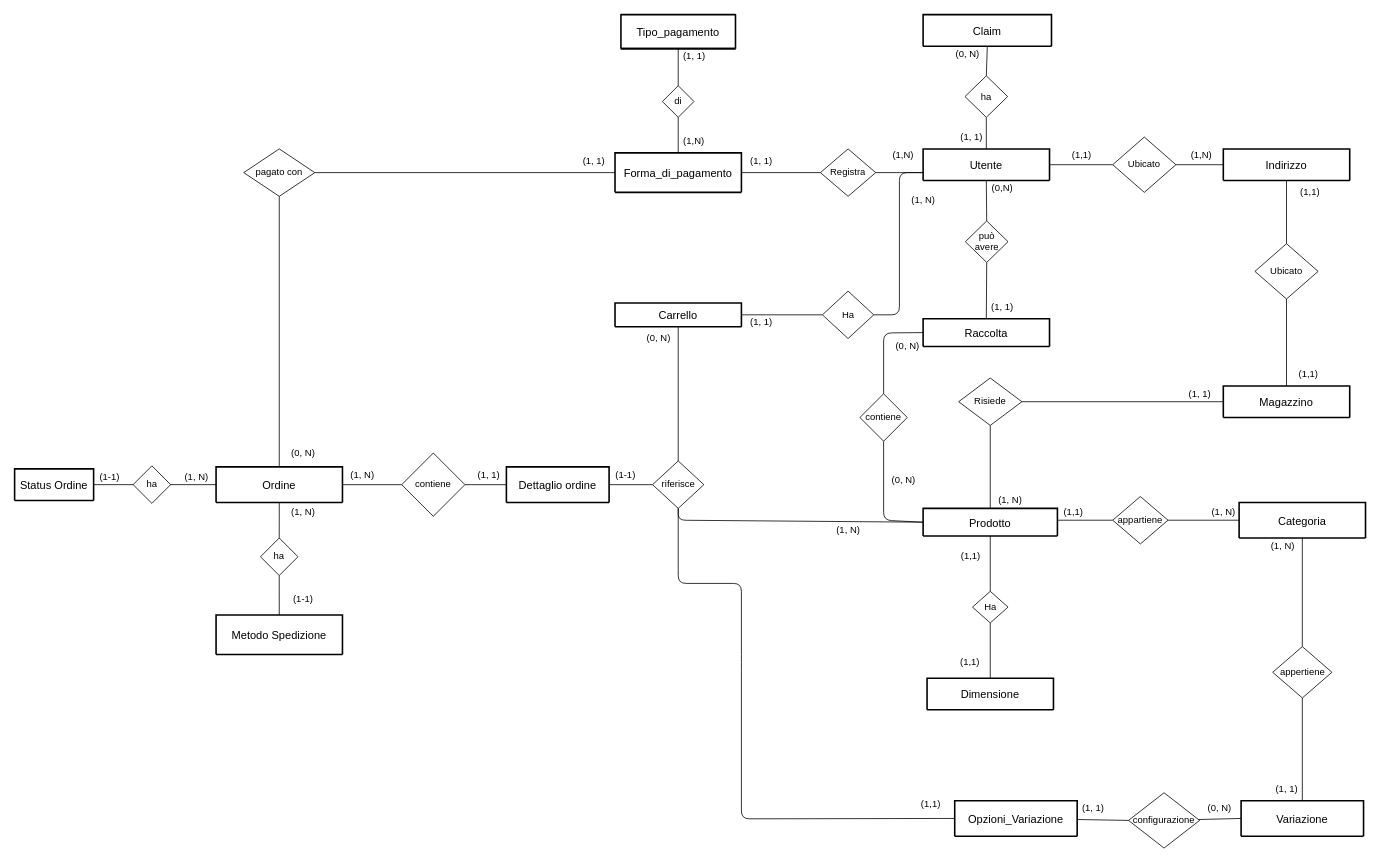
This is doc/schema_scheletro.drawio from EndriDomiUni/E-commerce, a draw.io file, before an edit. Source tidied: cells renumbered, new cells numbered last; positions are measured from the earlier drawing's top-left corner, leaving out a move shared by most shapes. Both pictures are drawn from the tidied source at 79%, with x=0, y=0 at pixel (14, 14).
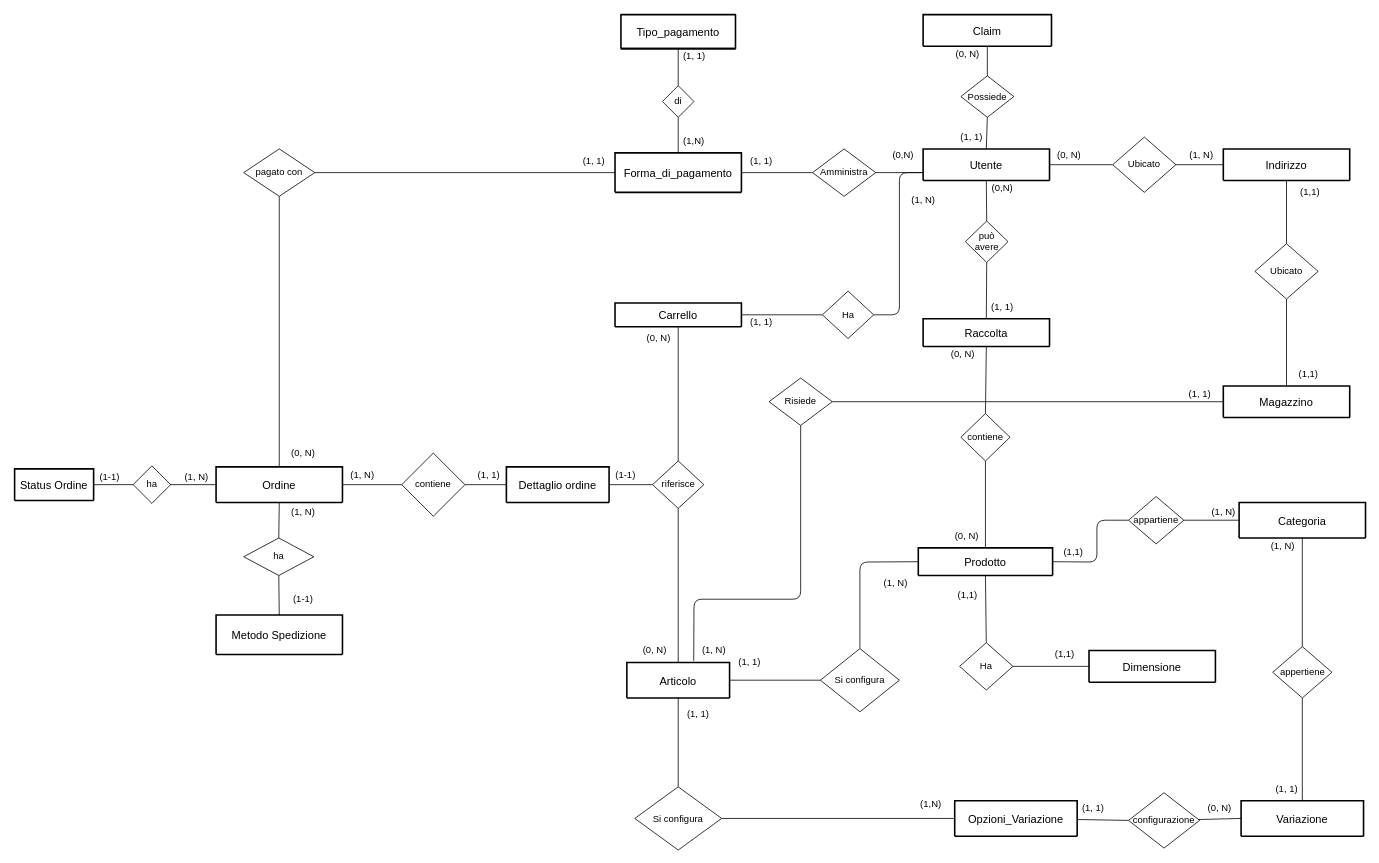
The same page after the edit.

Unchanged cells that the change refers to:
```xml
<mxCell id="30" value="Opzioni_Variazione" style="swimlane;horizontal=1;startSize=75;rounded=1;fontSize=14;fontStyle=0;strokeWidth=2;shadow=0;dashed=0;align=center;" parent="1" vertex="1">
  <mxGeometry x="1190" y="995" width="155" height="45" as="geometry" />
</mxCell>
<mxCell id="47" value="riferisce" style="shape=rhombus;perimeter=rhombusPerimeter;whiteSpace=wrap;html=1;align=center;" parent="1" vertex="1">
  <mxGeometry x="807.5" y="565" width="65" height="60" as="geometry" />
</mxCell>
<mxCell id="90" value="Raccolta" style="swimlane;horizontal=1;startSize=65;rounded=1;fontSize=14;fontStyle=0;strokeWidth=2;shadow=0;dashed=0;align=center;" parent="1" vertex="1">
  <mxGeometry x="1150" y="385" width="160" height="35" as="geometry" />
</mxCell>
```

What changed in the source:
```diff
@@
-    <mxCell id="12" value="Registra" style="shape=rhombus;perimeter=rhombusPerimeter;whiteSpace=wrap;html=1;align=center;" parent="1" vertex="1">
-      <mxGeometry x="1020" y="170" width="70" height="60" as="geometry" />
+    <mxCell id="12" value="Amministra" style="shape=rhombus;perimeter=rhombusPerimeter;whiteSpace=wrap;html=1;align=center;" parent="1" vertex="1">
+      <mxGeometry x="1010" y="170" width="80" height="60" as="geometry" />
     </mxCell>
@@
+    <mxCell id="115" style="edgeStyle=none;html=1;endArrow=none;endFill=0;exitX=0;exitY=0.5;exitDx=0;exitDy=0;entryX=0.5;entryY=0;entryDx=0;entryDy=0;" parent="1" edge="1" source="20" target="125">
+      <mxGeometry relative="1" as="geometry">
+        <Array as="points">
+          <mxPoint x="1070" y="693" />
+        </Array>
+      </mxGeometry>
+    </mxCell>
     <mxCell id="20" value="Prodotto" style="swimlane;horizontal=1;startSize=35;rounded=1;fontSize=14;fontStyle=0;strokeWidth=2;shadow=0;dashed=0;align=center;arcSize=15;" parent="1" vertex="1">
-      <mxGeometry x="1150" y="625" width="170" height="35" as="geometry" />
+      <mxGeometry x="1143.9" y="675" width="170" height="35" as="geometry" />
     </mxCell>
@@
-    <mxCell id="22" style="edgeStyle=none;html=1;exitX=0;exitY=0.5;exitDx=0;exitDy=0;endArrow=none;endFill=0;" parent="1" edge="1" source="24">
+    <mxCell id="22" style="edgeStyle=none;html=1;exitX=0;exitY=0.5;exitDx=0;exitDy=0;endArrow=none;endFill=0;entryX=1;entryY=0.5;entryDx=0;entryDy=0;" parent="1" edge="1" source="24" target="20">
       <mxGeometry relative="1" as="geometry">
-        <mxPoint x="1320" y="640" as="targetPoint" />
+        <Array as="points">
+          <mxPoint x="1370" y="640" />
+          <mxPoint x="1370" y="693" />
+        </Array>
       </mxGeometry>
     </mxCell>
@@
     <mxCell id="24" value="appartiene" style="shape=rhombus;perimeter=rhombusPerimeter;whiteSpace=wrap;html=1;align=center;" parent="1" vertex="1">
-      <mxGeometry x="1390" y="610" width="70" height="60" as="geometry" />
+      <mxGeometry x="1410" y="610" width="70" height="60" as="geometry" />
     </mxCell>
@@
     <mxCell id="37" value="Dimensione" style="swimlane;horizontal=1;startSize=90;rounded=1;fontSize=14;fontStyle=0;strokeWidth=2;shadow=0;dashed=0;align=center;" parent="1" vertex="1">
-      <mxGeometry x="1155" y="840" width="160" height="40" as="geometry" />
+      <mxGeometry x="1360" y="805" width="160" height="40" as="geometry" />
     </mxCell>
@@
-    <mxCell id="39" style="edgeStyle=none;html=1;exitX=0.5;exitY=1;exitDx=0;exitDy=0;entryX=0.5;entryY=0;entryDx=0;entryDy=0;fontSize=20;endArrow=none;endFill=0;" parent="1" edge="1" source="40" target="37">
+    <mxCell id="39" style="edgeStyle=none;html=1;exitX=1;exitY=0.5;exitDx=0;exitDy=0;entryX=0;entryY=0.5;entryDx=0;entryDy=0;fontSize=20;endArrow=none;endFill=0;" parent="1" edge="1" source="40" target="37">
       <mxGeometry relative="1" as="geometry" />
     </mxCell>
     <mxCell id="40" value="Ha" style="shape=rhombus;perimeter=rhombusPerimeter;whiteSpace=wrap;html=1;align=center;" parent="1" vertex="1">
-      <mxGeometry x="1212.5" y="730" width="45" height="40" as="geometry" />
+      <mxGeometry x="1196.2" y="795" width="67.5" height="60" as="geometry" />
     </mxCell>
-    <mxCell id="41" style="edgeStyle=none;html=1;exitX=0.5;exitY=1;exitDx=0;exitDy=0;entryX=0.5;entryY=0;entryDx=0;entryDy=0;endArrow=none;endFill=0;" parent="1" edge="1" source="43" target="20">
-      <mxGeometry relative="1" as="geometry" />
-    </mxCell>
@@
     <mxCell id="43" value="Risiede" style="shape=rhombus;perimeter=rhombusPerimeter;whiteSpace=wrap;html=1;align=center;" parent="1" vertex="1">
-      <mxGeometry x="1195" y="460" width="80" height="60" as="geometry" />
+      <mxGeometry x="955" y="460" width="80" height="60" as="geometry" />
     </mxCell>
@@
-    <mxCell id="45" style="edgeStyle=none;html=1;exitX=0.5;exitY=1;exitDx=0;exitDy=0;entryX=0;entryY=0.5;entryDx=0;entryDy=0;startArrow=none;startFill=0;endArrow=none;endFill=0;" parent="1" edge="1" source="47" target="20">
-      <mxGeometry relative="1" as="geometry">
-        <Array as="points">
-          <mxPoint x="840" y="640" />
-        </Array>
-      </mxGeometry>
-    </mxCell>
@@
     <mxCell id="52" value="(1,1)" style="text;html=1;align=center;verticalAlign=middle;strokeColor=none;fillColor=none;" parent="1" vertex="1">
-      <mxGeometry x="1320" y="620" width="40" height="20" as="geometry" />
+      <mxGeometry x="1320" y="670" width="40" height="20" as="geometry" />
     </mxCell>
-    <mxCell id="53" value="ha" style="shape=rhombus;perimeter=rhombusPerimeter;whiteSpace=wrap;html=1;align=center;" parent="1" vertex="1">
-      <mxGeometry x="1203" y="77.5" width="54" height="52.5" as="geometry" />
+    <mxCell id="53" value="Possiede" style="shape=rhombus;perimeter=rhombusPerimeter;whiteSpace=wrap;html=1;align=center;" parent="1" vertex="1">
+      <mxGeometry x="1197.8" y="77.5" width="67" height="52.5" as="geometry" />
     </mxCell>
@@
-    <mxCell id="57" style="edgeStyle=none;html=1;entryX=0;entryY=0.5;entryDx=0;entryDy=0;startArrow=none;startFill=0;endArrow=none;endFill=0;exitX=0.5;exitY=1;exitDx=0;exitDy=0;" parent="1" edge="1" source="47" target="30">
-      <mxGeometry relative="1" as="geometry">
-        <Array as="points">
-          <mxPoint x="840" y="720" />
-          <mxPoint x="920" y="720" />
-          <mxPoint x="920" y="820" />
-          <mxPoint x="920" y="1018" />
-        </Array>
-      </mxGeometry>
-    </mxCell>
-    <mxCell id="58" value="(1,1)" style="text;html=1;strokeColor=none;fillColor=none;align=center;verticalAlign=middle;whiteSpace=wrap;rounded=0;" parent="1" vertex="1">
-      <mxGeometry x="1331" y="162.5" width="40" height="30" as="geometry" />
+    <mxCell id="58" value="(0, N)" style="text;html=1;strokeColor=none;fillColor=none;align=center;verticalAlign=middle;whiteSpace=wrap;rounded=0;" parent="1" vertex="1">
+      <mxGeometry x="1315" y="162.5" width="40" height="30" as="geometry" />
     </mxCell>
@@
     <mxCell id="61" value="ha" style="shape=rhombus;perimeter=rhombusPerimeter;whiteSpace=wrap;html=1;align=center;" parent="1" vertex="1">
-      <mxGeometry x="311.2" y="662.5" width="47.5" height="47.5" as="geometry" />
+      <mxGeometry x="290" y="662.5" width="88.8" height="47.5" as="geometry" />
     </mxCell>
@@
-    <mxCell id="64" value="(1, N)" style="text;html=1;align=center;verticalAlign=middle;strokeColor=none;fillColor=none;" parent="1" vertex="1">
-      <mxGeometry x="1235" y="605" width="50" height="20" as="geometry" />
-    </mxCell>
@@
     <mxCell id="66" value="(1,1)" style="text;html=1;strokeColor=none;fillColor=none;align=center;verticalAlign=middle;whiteSpace=wrap;rounded=0;" parent="1" vertex="1">
-      <mxGeometry x="1190" y="670" width="41" height="30" as="geometry" />
+      <mxGeometry x="1185.5" y="720" width="41" height="30" as="geometry" />
     </mxCell>
     <mxCell id="67" value="(1,1)" style="text;html=1;strokeColor=none;fillColor=none;align=center;verticalAlign=middle;whiteSpace=wrap;rounded=0;" parent="1" vertex="1">
-      <mxGeometry x="1184" y="810" width="51" height="20" as="geometry" />
+      <mxGeometry x="1304" y="800" width="51" height="20" as="geometry" />
     </mxCell>
@@
-    <mxCell id="70" value="(1,N)" style="text;html=1;strokeColor=none;fillColor=none;align=center;verticalAlign=middle;whiteSpace=wrap;rounded=0;" parent="1" vertex="1">
+    <mxCell id="70" value="(1, N)" style="text;html=1;strokeColor=none;fillColor=none;align=center;verticalAlign=middle;whiteSpace=wrap;rounded=0;" parent="1" vertex="1">
       <mxGeometry x="1475" y="167.5" width="55" height="20" as="geometry" />
     </mxCell>
@@
     <mxCell id="81" value="(1, N)" style="text;html=1;align=center;verticalAlign=middle;strokeColor=none;fillColor=none;" parent="1" vertex="1">
-      <mxGeometry x="1030" y="642.5" width="50" height="20" as="geometry" />
+      <mxGeometry x="1090" y="710" width="50" height="20" as="geometry" />
     </mxCell>
@@
-    <mxCell id="84" value="(1,1)" style="text;html=1;strokeColor=none;fillColor=none;align=center;verticalAlign=middle;whiteSpace=wrap;rounded=0;" parent="1" vertex="1">
+    <mxCell id="84" value="(1,N)" style="text;html=1;strokeColor=none;fillColor=none;align=center;verticalAlign=middle;whiteSpace=wrap;rounded=0;" parent="1" vertex="1">
       <mxGeometry x="1130" y="985" width="60" height="30" as="geometry" />
     </mxCell>
@@
-    <mxCell id="94" style="edgeStyle=none;html=1;exitX=0.5;exitY=1;exitDx=0;exitDy=0;entryX=0;entryY=0.5;entryDx=0;entryDy=0;startArrow=none;startFill=0;endArrow=none;endFill=0;" parent="1" edge="1" source="95" target="20">
-      <mxGeometry relative="1" as="geometry">
-        <Array as="points">
-          <mxPoint x="1100" y="640" />
-        </Array>
-      </mxGeometry>
+    <mxCell id="94" style="edgeStyle=none;html=1;exitX=0.5;exitY=1;exitDx=0;exitDy=0;entryX=0.5;entryY=0;entryDx=0;entryDy=0;startArrow=none;startFill=0;endArrow=none;endFill=0;" parent="1" edge="1" source="95" target="20">
+      <mxGeometry relative="1" as="geometry" />
     </mxCell>
     <mxCell id="95" value="contiene" style="rhombus;whiteSpace=wrap;html=1;" parent="1" vertex="1">
-      <mxGeometry x="1070" y="480" width="60" height="60" as="geometry" />
+      <mxGeometry x="1197.8" y="505" width="62.2" height="60" as="geometry" />
     </mxCell>
-    <mxCell id="96" style="edgeStyle=none;html=1;exitX=0;exitY=0.5;exitDx=0;exitDy=0;entryX=0.5;entryY=0;entryDx=0;entryDy=0;startArrow=none;startFill=0;endArrow=none;endFill=0;" parent="1" edge="1" source="90" target="95">
-      <mxGeometry relative="1" as="geometry">
-        <Array as="points">
-          <mxPoint x="1100" y="403" />
-        </Array>
-      </mxGeometry>
+    <mxCell id="96" style="edgeStyle=none;html=1;exitX=0.5;exitY=1;exitDx=0;exitDy=0;entryX=0.5;entryY=0;entryDx=0;entryDy=0;startArrow=none;startFill=0;endArrow=none;endFill=0;" parent="1" edge="1" source="90" target="95">
+      <mxGeometry relative="1" as="geometry" />
     </mxCell>
@@
     <mxCell id="98" value="(0, N)" style="text;html=1;align=center;verticalAlign=middle;strokeColor=none;fillColor=none;" parent="1" vertex="1">
-      <mxGeometry x="1100" y="580" width="50" height="20" as="geometry" />
+      <mxGeometry x="1180" y="650" width="50" height="20" as="geometry" />
     </mxCell>
@@
     <mxCell id="100" value="(0, N)" style="text;html=1;align=center;verticalAlign=middle;strokeColor=none;fillColor=none;" parent="1" vertex="1">
-      <mxGeometry x="1105" y="410" width="50" height="20" as="geometry" />
+      <mxGeometry x="1175" y="420" width="50" height="20" as="geometry" />
     </mxCell>
@@
-    <mxCell id="102" value="(1,N)" style="text;html=1;strokeColor=none;fillColor=none;align=center;verticalAlign=middle;whiteSpace=wrap;rounded=0;" parent="1" vertex="1">
+    <mxCell id="102" value="(0,N)" style="text;html=1;strokeColor=none;fillColor=none;align=center;verticalAlign=middle;whiteSpace=wrap;rounded=0;" parent="1" vertex="1">
       <mxGeometry x="1095" y="162.5" width="60" height="30" as="geometry" />
     </mxCell>
@@
+    <mxCell id="116" style="edgeStyle=none;html=1;exitX=0.5;exitY=0;exitDx=0;exitDy=0;entryX=0.5;entryY=1;entryDx=0;entryDy=0;endArrow=none;endFill=0;" parent="1" edge="1" source="118" target="47">
+      <mxGeometry relative="1" as="geometry" />
+    </mxCell>
+    <mxCell id="117" style="edgeStyle=none;html=1;entryX=0.5;entryY=1;entryDx=0;entryDy=0;endArrow=none;endFill=0;exitX=0.651;exitY=-0.044;exitDx=0;exitDy=0;exitPerimeter=0;" parent="1" edge="1" source="118" target="43">
+      <mxGeometry relative="1" as="geometry">
+        <Array as="points">
+          <mxPoint x="860" y="740" />
+          <mxPoint x="995" y="740" />
+        </Array>
+      </mxGeometry>
+    </mxCell>
+    <mxCell id="118" value="Articolo" style="swimlane;horizontal=1;startSize=65;rounded=1;fontSize=14;fontStyle=0;strokeWidth=2;shadow=0;dashed=0;align=center;" parent="1" vertex="1">
+      <mxGeometry x="775" y="820" width="130" height="45" as="geometry" />
+    </mxCell>
+    <mxCell id="119" value="&#10;&#10;" style="align=left;strokeColor=none;fillColor=none;spacingLeft=4;fontSize=12;verticalAlign=top;" parent="118" vertex="1">
+      <mxGeometry y="45" width="130" as="geometry" />
+    </mxCell>
+    <mxCell id="120" style="edgeStyle=none;html=1;exitX=1;exitY=0.5;exitDx=0;exitDy=0;entryX=0;entryY=0.5;entryDx=0;entryDy=0;endArrow=none;endFill=0;" parent="1" edge="1" source="122" target="30">
+      <mxGeometry relative="1" as="geometry" />
+    </mxCell>
+    <mxCell id="121" style="edgeStyle=none;html=1;exitX=0.5;exitY=0;exitDx=0;exitDy=0;entryX=0.5;entryY=1;entryDx=0;entryDy=0;endArrow=none;endFill=0;" parent="1" edge="1" source="122" target="118">
+      <mxGeometry relative="1" as="geometry" />
+    </mxCell>
+    <mxCell id="122" value="Si configura" style="rhombus;whiteSpace=wrap;html=1;" parent="1" vertex="1">
+      <mxGeometry x="785" y="977.5" width="110" height="80" as="geometry" />
+    </mxCell>
+    <mxCell id="123" value="(1, 1)" style="text;html=1;align=center;verticalAlign=middle;strokeColor=none;fillColor=none;" parent="1" vertex="1">
+      <mxGeometry x="840" y="870" width="50" height="30" as="geometry" />
+    </mxCell>
+    <mxCell id="124" style="edgeStyle=none;html=1;exitX=0;exitY=0.5;exitDx=0;exitDy=0;entryX=1;entryY=0.5;entryDx=0;entryDy=0;endArrow=none;endFill=0;" parent="1" edge="1" source="125" target="118">
+      <mxGeometry relative="1" as="geometry" />
+    </mxCell>
+    <mxCell id="125" value="Si configura" style="rhombus;whiteSpace=wrap;html=1;" parent="1" vertex="1">
+      <mxGeometry x="1020" y="802.5" width="100" height="80" as="geometry" />
+    </mxCell>
+    <mxCell id="126" value="(1, 1)" style="text;html=1;align=center;verticalAlign=middle;strokeColor=none;fillColor=none;" parent="1" vertex="1">
+      <mxGeometry x="905" y="805" width="50" height="30" as="geometry" />
+    </mxCell>
+    <mxCell id="64" value="(1, N)" style="text;html=1;align=center;verticalAlign=middle;strokeColor=none;fillColor=none;" parent="1" vertex="1">
+      <mxGeometry x="860" y="790" width="50" height="30" as="geometry" />
+    </mxCell>
+    <mxCell id="127" value="(0, N)" style="text;html=1;align=center;verticalAlign=middle;strokeColor=none;fillColor=none;" parent="1" vertex="1">
+      <mxGeometry x="785" y="790" width="50" height="30" as="geometry" />
+    </mxCell>
```
